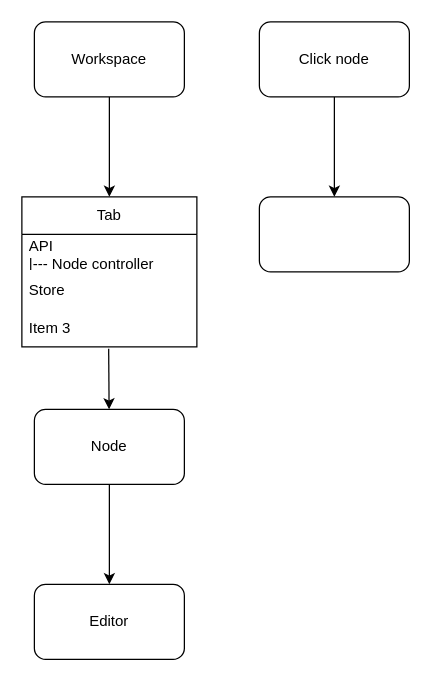
Earlier version of the draw.io diagram frontend/docs/flow.dio (DSOrnstein123/StopageTauri). Source tidied: cells renumbered, new cells numbered last; positions are measured from the earlier drawing's top-left corner, leaving out a move shared by most shapes. Both pictures are drawn from the tidied source at 125%, with x=0, y=0 at pixel (21, 21).
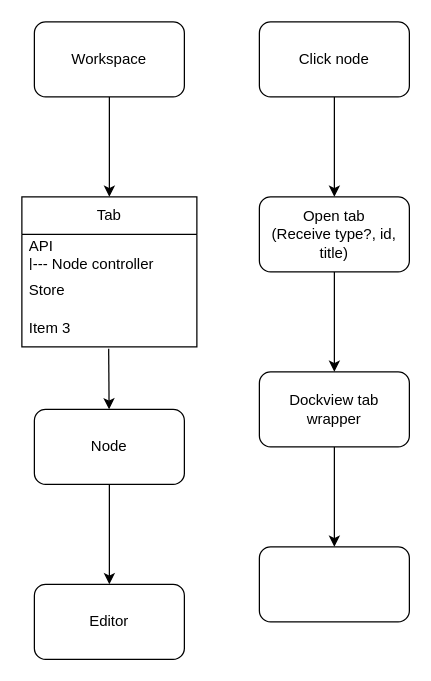
The same page after the edit.

What changed in the source:
```diff
@@
 <mxGraphModel>
   <root>
     <mxCell id="0" />
     <mxCell id="1" parent="0" />
     <mxCell id="2" style="edgeStyle=none;html=1;" parent="1" edge="1" source="3">
       <mxGeometry relative="1" as="geometry">
         <mxPoint x="70" y="140" as="targetPoint" />
       </mxGeometry>
     </mxCell>
     <mxCell id="3" value="Workspace" style="rounded=1;whiteSpace=wrap;html=1;" parent="1" vertex="1">
       <mxGeometry x="10" width="120" height="60" as="geometry" />
     </mxCell>
     <mxCell id="4" style="edgeStyle=none;html=1;exitX=0.496;exitY=1.047;exitDx=0;exitDy=0;exitPerimeter=0;" parent="1" edge="1" source="13" target="6">
       <mxGeometry relative="1" as="geometry" />
     </mxCell>
     <mxCell id="5" style="edgeStyle=none;html=1;" parent="1" edge="1" source="6" target="9">
       <mxGeometry relative="1" as="geometry" />
     </mxCell>
     <mxCell id="6" value="Node" style="whiteSpace=wrap;html=1;rounded=1;" parent="1" vertex="1">
       <mxGeometry x="10" y="310" width="120" height="60" as="geometry" />
     </mxCell>
     <mxCell id="7" style="edgeStyle=none;html=1;" parent="1" edge="1" source="8" target="14">
       <mxGeometry relative="1" as="geometry" />
     </mxCell>
     <mxCell id="8" value="Click node" style="rounded=1;whiteSpace=wrap;html=1;" parent="1" vertex="1">
       <mxGeometry x="190" width="120" height="60" as="geometry" />
     </mxCell>
     <mxCell id="9" value="Editor" style="whiteSpace=wrap;html=1;rounded=1;" parent="1" vertex="1">
       <mxGeometry x="10" y="450" width="120" height="60" as="geometry" />
     </mxCell>
     <mxCell id="10" value="Tab" style="swimlane;fontStyle=0;horizontal=1;startSize=30;whiteSpace=wrap;html=1;" parent="1" vertex="1">
       <mxGeometry y="140" width="140" height="120" as="geometry" />
     </mxCell>
     <mxCell id="11" value="API&lt;div&gt;|--- Node controller&lt;/div&gt;" style="text;strokeColor=none;fillColor=none;align=left;verticalAlign=middle;spacingLeft=4;spacingRight=4;overflow=hidden;whiteSpace=wrap;html=1;" parent="10" vertex="1">
       <mxGeometry y="30" width="140" height="30" as="geometry" />
     </mxCell>
     <mxCell id="12" value="Store" style="text;strokeColor=none;fillColor=none;align=left;verticalAlign=middle;spacingLeft=4;spacingRight=4;overflow=hidden;whiteSpace=wrap;html=1;" parent="10" vertex="1">
       <mxGeometry y="60" width="140" height="30" as="geometry" />
     </mxCell>
     <mxCell id="13" value="Item 3" style="text;strokeColor=none;fillColor=none;align=left;verticalAlign=middle;spacingLeft=4;spacingRight=4;overflow=hidden;points=[[0,0.5],[1,0.5]];portConstraint=eastwest;whiteSpace=wrap;html=1;" parent="10" vertex="1">
       <mxGeometry y="90" width="140" height="30" as="geometry" />
     </mxCell>
+    <mxCell id="15" style="edgeStyle=none;html=1;" parent="1" edge="1" source="14" target="17">
+      <mxGeometry relative="1" as="geometry" />
+    </mxCell>
-    <mxCell id="14" style="whiteSpace=wrap;html=1;rounded=1;" parent="1" vertex="1">
+    <mxCell id="14" value="Open tab&lt;br&gt;(Receive type?, id, title)" style="whiteSpace=wrap;html=1;rounded=1;" parent="1" vertex="1">
       <mxGeometry x="190" y="140" width="120" height="60" as="geometry" />
     </mxCell>
+    <mxCell id="16" style="edgeStyle=none;html=1;" parent="1" edge="1" source="17" target="18">
+      <mxGeometry relative="1" as="geometry" />
+    </mxCell>
+    <mxCell id="17" value="Dockview tab wrapper" style="whiteSpace=wrap;html=1;rounded=1;" parent="1" vertex="1">
+      <mxGeometry x="190" y="280" width="120" height="60" as="geometry" />
+    </mxCell>
+    <mxCell id="18" style="whiteSpace=wrap;html=1;rounded=1;" parent="1" vertex="1">
+      <mxGeometry x="190" y="420" width="120" height="60" as="geometry" />
+    </mxCell>
   </root>
 </mxGraphModel>
```
